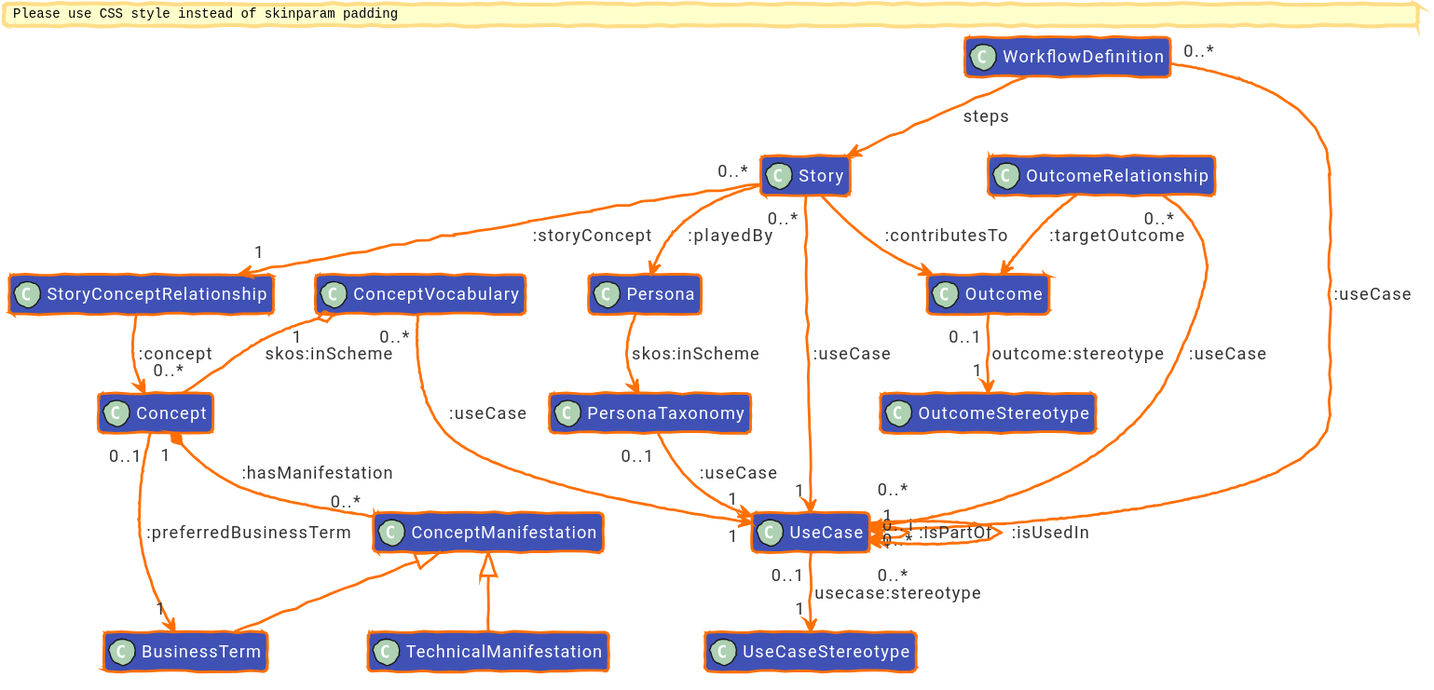
EKGF/ekg-method keeps this PlantUML diagram as diagrams/out/uctm-use-case.svg. Above is the earlier version.
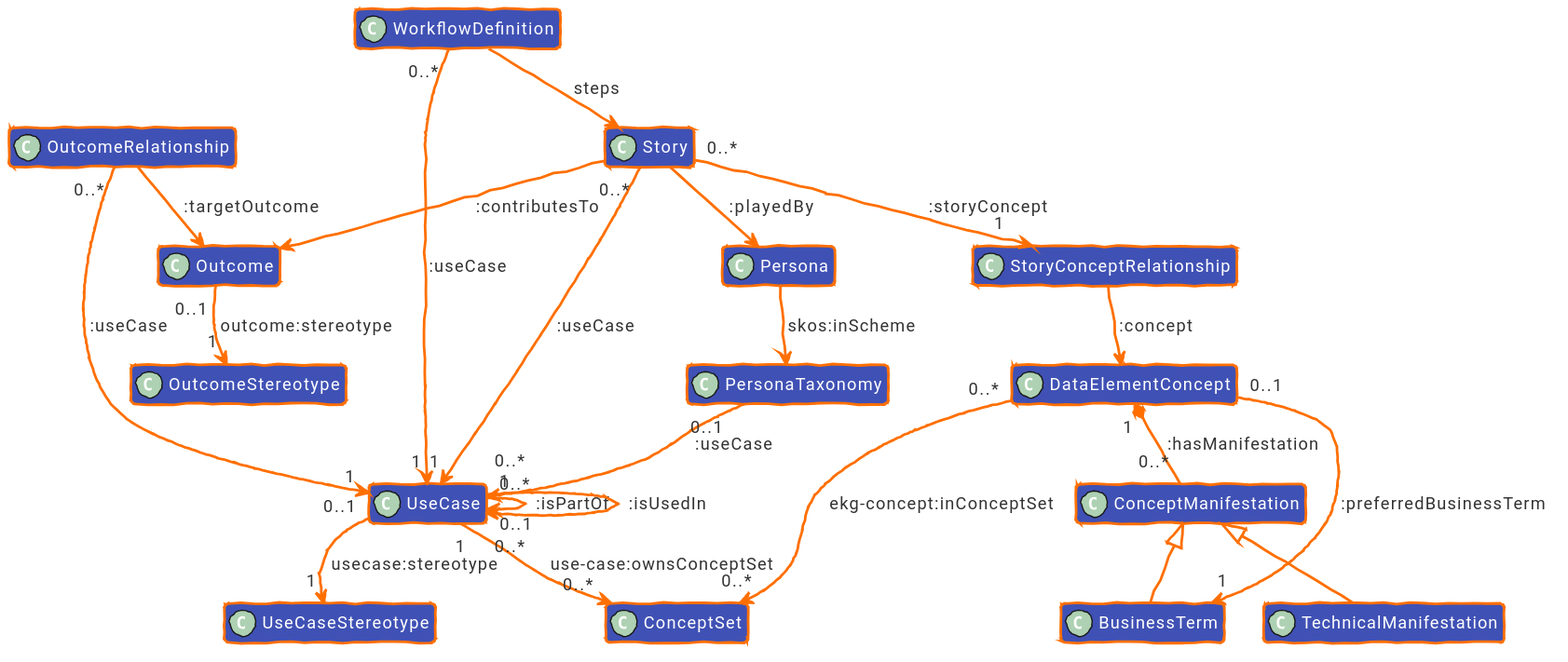
The same file after the commit.

What changed in the source:
```diff
@@ -66,8 +66,8 @@
 class "Outcome" as Outcome [[/concept/outcome/#ontology]]
 class "OutcomeStereotype" as OutcomeStereotype [[/concept/outcome/outcome-stereotype/#ontology]]
 class "OutcomeRelationship" as OutcomeRelationship [[/concept/outcome/outcome-relationship/#ontology]]
-class "ConceptVocabulary" as ConceptVocabulary [[/concept/concept/concept-vocabulary/#ontology]]
-class "Concept" as Concept [[/concept/concept/#ontology]]
+class "ConceptSet" as ConceptSet [[/concept/concept/concept-vocabulary/#ontology]]
+class "DataElementConcept" as DataElementConcept [[/concept/concept/#ontology]]
 class "ConceptManifestation" as ConceptManifestation [[/concept/term/#ontology]]
 class "BusinessTerm" as BusinessTerm [[/concept/term/business-term/#ontology]]
 class "TechnicalManifestation" as TechnicalManifestation [[/concept/term/technical-term/#ontology]]
@@ -80,16 +80,16 @@
 
 Story "0..*" --> "1" UseCase : :useCase
 WorkflowDefinition "0..*" --> "1" UseCase : :useCase
-ConceptVocabulary "0..*" --> "1" UseCase : :useCase
+UseCase "1" --> "0..*" ConceptSet : use-case:ownsConceptSet
 OutcomeRelationship "0..*" --> "1" UseCase : :useCase
 PersonaTaxonomy "0..1" --> "1" UseCase : :useCase
 
 UseCase "0..*" --> "0..1" UseCase : :isPartOf
 UseCase "0..*" --> "0..*" UseCase : :isUsedIn
 
-Concept "1" *-- "0..*" ConceptManifestation : :hasManifestation
-Concept "0..1" --> "1" BusinessTerm : :preferredBusinessTerm
-ConceptVocabulary "1" o-- "0..*" Concept : skos:inScheme
+DataElementConcept "1" *-- "0..*" ConceptManifestation : :hasManifestation
+DataElementConcept "0..1" --> "1" BusinessTerm : :preferredBusinessTerm
+DataElementConcept "0..*" --> "0..*" ConceptSet : ekg-concept:inConceptSet
 
 UseCase "0..1" --> "1" UseCaseStereotype : usecase:stereotype
 Outcome "0..1" --> "1" OutcomeStereotype : outcome:stereotype
@@ -98,7 +98,7 @@
 Story --> Persona : :playedBy
 Story --> Outcome : :contributesTo
 Story "0..*" --> "1" StoryConceptRelationship : :storyConcept
-StoryConceptRelationship --> Concept : :concept
+StoryConceptRelationship --> DataElementConcept : :concept
 WorkflowDefinition --> Story : steps
 
 Persona --> PersonaTaxonomy : skos:inScheme
```
